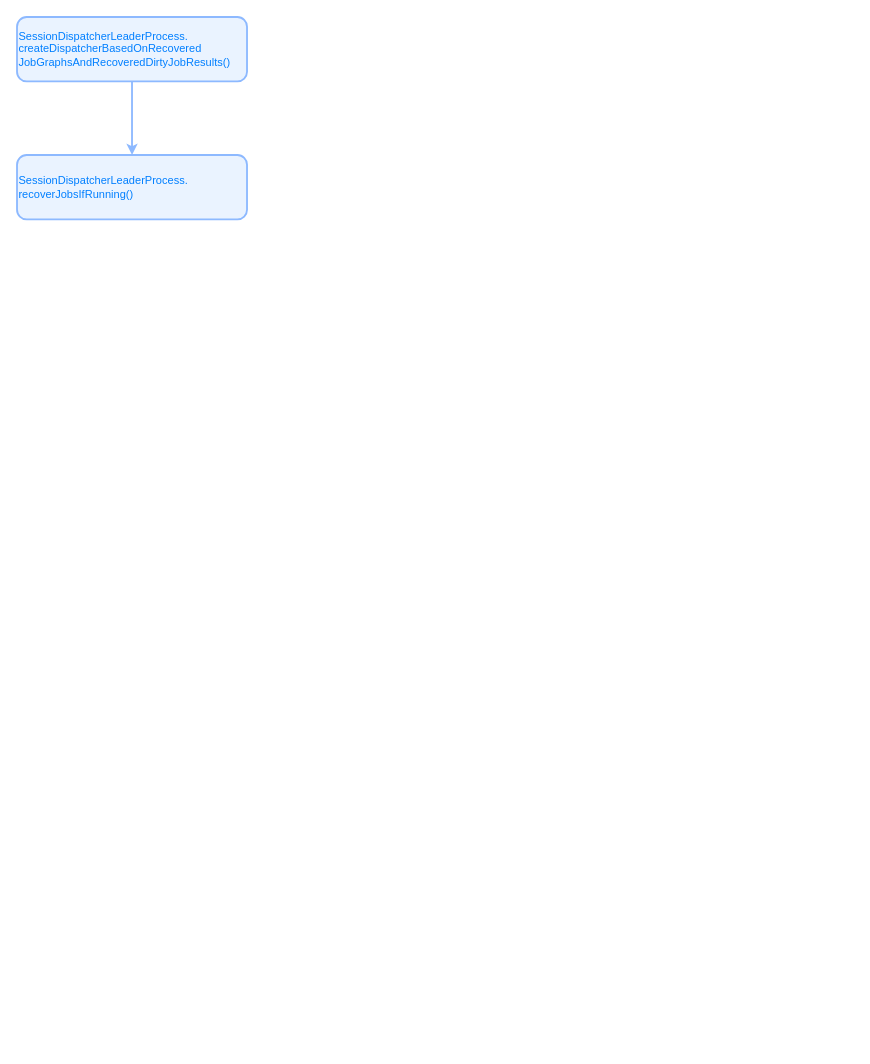
Before: 未命名绘图.drawio in 2pc/mydrawio, a draw.io diagram. Source tidied: cells renumbered, new cells numbered last; positions are measured from the earlier drawing's top-left corner, leaving out a move shared by most shapes. Both pictures are drawn from the tidied source at 92%, with x=0, y=0 at pixel (17, 17).
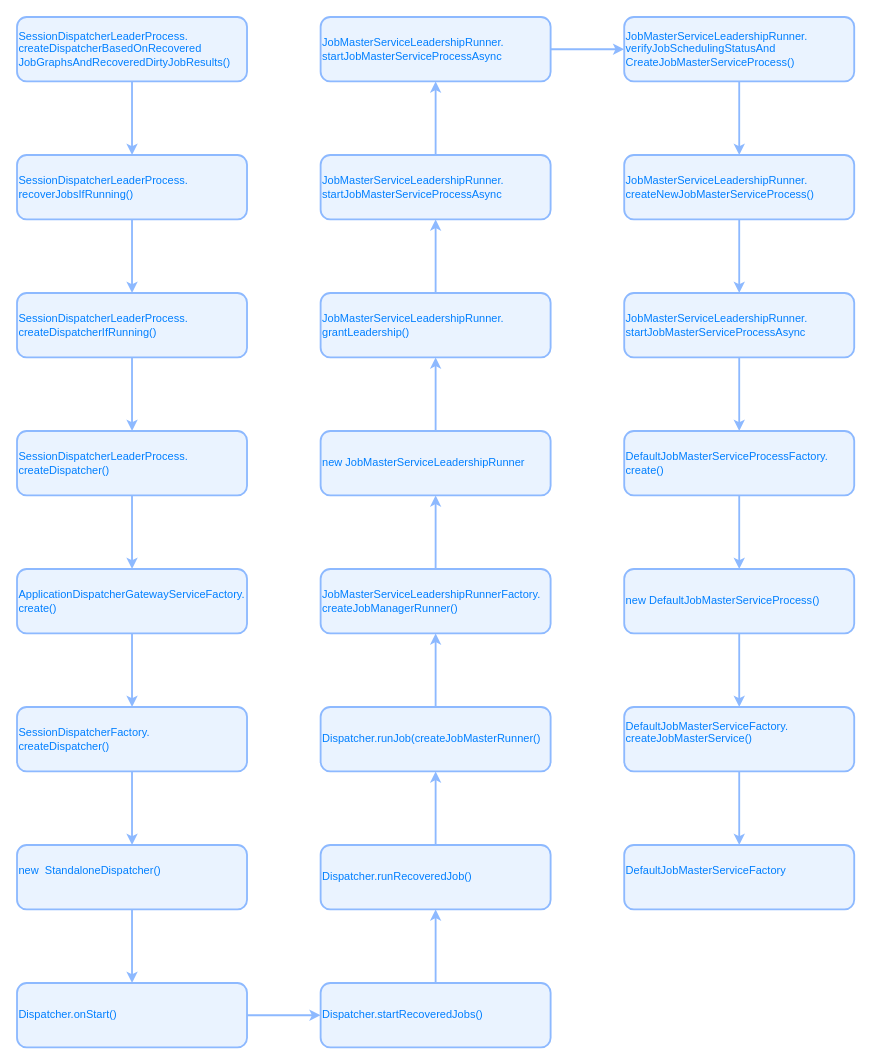
The same page after the edit.

Commit message:
更新未命名绘图.drawio

Unchanged cells that the change refers to:
```xml
<mxCell id="4" value="&lt;font color=&quot;#007fff&quot;&gt;SessionDispatcherLeaderProcess.&lt;br&gt;recoverJobsIfRunning()&lt;br&gt;&lt;/font&gt;" style="rounded=1;whiteSpace=wrap;html=1;align=left;fillColor=#EAF3FF;strokeColor=#8DB9FF;strokeWidth=2;" parent="1" vertex="1">
  <mxGeometry y="150" width="250" height="70" as="geometry" />
</mxCell>
```

Diff of the diagram source:
```diff
@@
+    <mxCell id="5" style="edgeStyle=orthogonalEdgeStyle;rounded=0;jettySize=auto;html=1;fontColor=#FFFFFF;strokeColor=#8DB9FF;strokeWidth=2;" parent="1" edge="1" source="4" target="7">
+      <mxGeometry relative="1" as="geometry" />
+    </mxCell>
@@
+    <mxCell id="6" style="edgeStyle=orthogonalEdgeStyle;rounded=0;jettySize=auto;html=1;fontColor=#FFFFFF;strokeColor=#8DB9FF;strokeWidth=2;" parent="1" edge="1" source="7" target="9">
+      <mxGeometry relative="1" as="geometry" />
+    </mxCell>
+    <mxCell id="7" value="&lt;font color=&quot;#007fff&quot;&gt;SessionDispatcherLeaderProcess.&lt;br&gt;createDispatcherIfRunning()&lt;br&gt;&lt;/font&gt;" style="rounded=1;whiteSpace=wrap;html=1;align=left;fillColor=#EAF3FF;strokeColor=#8DB9FF;strokeWidth=2;" parent="1" vertex="1">
+      <mxGeometry y="300" width="250" height="70" as="geometry" />
+    </mxCell>
+    <mxCell id="8" style="edgeStyle=orthogonalEdgeStyle;rounded=0;jettySize=auto;html=1;fontColor=#FFFFFF;strokeColor=#8DB9FF;strokeWidth=2;" parent="1" edge="1" source="9" target="11">
+      <mxGeometry relative="1" as="geometry" />
+    </mxCell>
+    <mxCell id="9" value="&lt;font color=&quot;#007fff&quot;&gt;SessionDispatcherLeaderProcess.&lt;br&gt;createDispatcher()&lt;br&gt;&lt;/font&gt;" style="rounded=1;whiteSpace=wrap;html=1;align=left;fillColor=#EAF3FF;strokeColor=#8DB9FF;strokeWidth=2;" parent="1" vertex="1">
+      <mxGeometry y="450" width="250" height="70" as="geometry" />
+    </mxCell>
+    <mxCell id="10" style="edgeStyle=orthogonalEdgeStyle;rounded=0;jettySize=auto;html=1;fontColor=#FFFFFF;strokeColor=#8DB9FF;strokeWidth=2;" parent="1" edge="1" source="11" target="13">
+      <mxGeometry relative="1" as="geometry" />
+    </mxCell>
+    <mxCell id="11" value="&lt;font color=&quot;#007fff&quot;&gt;ApplicationDispatcherGatewayServiceFactory.&lt;br&gt;create()&lt;br&gt;&lt;/font&gt;" style="rounded=1;whiteSpace=wrap;html=1;align=left;fillColor=#EAF3FF;strokeColor=#8DB9FF;strokeWidth=2;" parent="1" vertex="1">
+      <mxGeometry y="600" width="250" height="70" as="geometry" />
+    </mxCell>
+    <mxCell id="12" style="edgeStyle=orthogonalEdgeStyle;rounded=0;jettySize=auto;html=1;fontColor=#FFFFFF;strokeColor=#8DB9FF;strokeWidth=2;" parent="1" edge="1" source="13" target="15">
+      <mxGeometry relative="1" as="geometry" />
+    </mxCell>
+    <mxCell id="13" value="&lt;font color=&quot;#007fff&quot;&gt;SessionDispatcherFactory.&lt;br&gt;createDispatcher()&lt;br&gt;&lt;/font&gt;" style="rounded=1;whiteSpace=wrap;html=1;align=left;fillColor=#EAF3FF;strokeColor=#8DB9FF;strokeWidth=2;" parent="1" vertex="1">
+      <mxGeometry y="750" width="250" height="70" as="geometry" />
+    </mxCell>
+    <mxCell id="14" style="edgeStyle=orthogonalEdgeStyle;rounded=0;jettySize=auto;html=1;fontColor=#FFFFFF;strokeColor=#8DB9FF;strokeWidth=2;" parent="1" edge="1" source="15" target="17">
+      <mxGeometry relative="1" as="geometry" />
+    </mxCell>
+    <mxCell id="15" value="&lt;font color=&quot;#007fff&quot;&gt;new&amp;nbsp; StandaloneDispatcher()&lt;br&gt;&amp;nbsp;&lt;br&gt;&lt;/font&gt;" style="rounded=1;whiteSpace=wrap;html=1;align=left;fillColor=#EAF3FF;strokeColor=#8DB9FF;strokeWidth=2;" parent="1" vertex="1">
+      <mxGeometry y="900" width="250" height="70" as="geometry" />
+    </mxCell>
+    <mxCell id="16" style="edgeStyle=orthogonalEdgeStyle;rounded=0;jettySize=auto;html=1;fontColor=#FFFFFF;strokeColor=#8DB9FF;strokeWidth=2;" parent="1" edge="1" source="17" target="19">
+      <mxGeometry relative="1" as="geometry" />
+    </mxCell>
+    <mxCell id="17" value="&lt;font color=&quot;#007fff&quot;&gt;Dispatcher.onStart()&lt;br&gt;&lt;/font&gt;" style="rounded=1;whiteSpace=wrap;html=1;align=left;fillColor=#EAF3FF;strokeColor=#8DB9FF;strokeWidth=2;" parent="1" vertex="1">
+      <mxGeometry y="1050" width="250" height="70" as="geometry" />
+    </mxCell>
+    <mxCell id="18" style="edgeStyle=orthogonalEdgeStyle;rounded=0;jettySize=auto;html=1;fontColor=#FFFFFF;strokeColor=#8DB9FF;strokeWidth=2;" parent="1" edge="1" source="19" target="21">
+      <mxGeometry relative="1" as="geometry" />
+    </mxCell>
+    <mxCell id="19" value="&lt;font color=&quot;#007fff&quot;&gt;Dispatcher.startRecoveredJobs()&lt;br&gt;&lt;/font&gt;" style="rounded=1;whiteSpace=wrap;html=1;align=left;fillColor=#EAF3FF;strokeColor=#8DB9FF;strokeWidth=2;" parent="1" vertex="1">
+      <mxGeometry x="330" y="1050" width="250" height="70" as="geometry" />
+    </mxCell>
+    <mxCell id="20" style="edgeStyle=orthogonalEdgeStyle;rounded=0;jettySize=auto;html=1;fontColor=#FFFFFF;strokeColor=#8DB9FF;strokeWidth=2;" parent="1" edge="1" source="21" target="23">
+      <mxGeometry relative="1" as="geometry" />
+    </mxCell>
+    <mxCell id="21" value="&lt;font color=&quot;#007fff&quot;&gt;Dispatcher.runRecoveredJob()&lt;br&gt;&lt;/font&gt;" style="rounded=1;whiteSpace=wrap;html=1;align=left;fillColor=#EAF3FF;strokeColor=#8DB9FF;strokeWidth=2;" parent="1" vertex="1">
+      <mxGeometry x="330" y="900" width="250" height="70" as="geometry" />
+    </mxCell>
+    <mxCell id="22" style="edgeStyle=orthogonalEdgeStyle;rounded=0;jettySize=auto;html=1;fontColor=#FFFFFF;strokeColor=#8DB9FF;strokeWidth=2;" parent="1" edge="1" source="23" target="25">
+      <mxGeometry relative="1" as="geometry" />
+    </mxCell>
+    <mxCell id="23" value="&lt;font color=&quot;#007fff&quot;&gt;Dispatcher.runJob(createJobMasterRunner()&lt;br&gt;&lt;/font&gt;" style="rounded=1;whiteSpace=wrap;html=1;align=left;fillColor=#EAF3FF;strokeColor=#8DB9FF;strokeWidth=2;" parent="1" vertex="1">
+      <mxGeometry x="330" y="750" width="250" height="70" as="geometry" />
+    </mxCell>
+    <mxCell id="24" style="edgeStyle=orthogonalEdgeStyle;rounded=0;jettySize=auto;html=1;fontColor=#FFFFFF;strokeColor=#8DB9FF;strokeWidth=2;" parent="1" edge="1" source="25" target="27">
+      <mxGeometry relative="1" as="geometry" />
+    </mxCell>
+    <mxCell id="25" value="&lt;font color=&quot;#007fff&quot;&gt;JobMasterServiceLeadershipRunnerFactory.&lt;br&gt;createJobManagerRunner()&lt;br&gt;&lt;/font&gt;" style="rounded=1;whiteSpace=wrap;html=1;align=left;fillColor=#EAF3FF;strokeColor=#8DB9FF;strokeWidth=2;" parent="1" vertex="1">
+      <mxGeometry x="330" y="600" width="250" height="70" as="geometry" />
+    </mxCell>
+    <mxCell id="26" style="edgeStyle=orthogonalEdgeStyle;rounded=0;jettySize=auto;html=1;fontColor=#FFFFFF;strokeColor=#8DB9FF;strokeWidth=2;" parent="1" edge="1" source="27" target="29">
+      <mxGeometry relative="1" as="geometry" />
+    </mxCell>
+    <mxCell id="27" value="&lt;font color=&quot;#007fff&quot;&gt;new JobMasterServiceLeadershipRunner&lt;br&gt;&lt;/font&gt;" style="rounded=1;whiteSpace=wrap;html=1;align=left;fillColor=#EAF3FF;strokeColor=#8DB9FF;strokeWidth=2;" parent="1" vertex="1">
+      <mxGeometry x="330" y="450" width="250" height="70" as="geometry" />
+    </mxCell>
+    <mxCell id="28" style="edgeStyle=orthogonalEdgeStyle;rounded=0;jettySize=auto;html=1;fontColor=#FFFFFF;strokeColor=#8DB9FF;strokeWidth=2;" parent="1" edge="1" source="29" target="31">
+      <mxGeometry relative="1" as="geometry" />
+    </mxCell>
+    <mxCell id="29" value="&lt;font color=&quot;#007fff&quot;&gt;JobMasterServiceLeadershipRunner.&lt;br&gt;grantLeadership()&lt;br&gt;&lt;/font&gt;" style="rounded=1;whiteSpace=wrap;html=1;align=left;fillColor=#EAF3FF;strokeColor=#8DB9FF;strokeWidth=2;" parent="1" vertex="1">
+      <mxGeometry x="330" y="300" width="250" height="70" as="geometry" />
+    </mxCell>
+    <mxCell id="30" style="edgeStyle=orthogonalEdgeStyle;rounded=0;jettySize=auto;html=1;fontColor=#FFFFFF;strokeColor=#8DB9FF;strokeWidth=2;" parent="1" edge="1" source="31" target="33">
+      <mxGeometry relative="1" as="geometry" />
+    </mxCell>
+    <mxCell id="31" value="&lt;font color=&quot;#007fff&quot;&gt;&lt;br&gt;JobMasterServiceLeadershipRunner.&lt;br&gt;startJobMasterServiceProcessAsync&lt;br&gt;&lt;br&gt;&lt;/font&gt;" style="rounded=1;whiteSpace=wrap;html=1;align=left;fillColor=#EAF3FF;strokeColor=#8DB9FF;strokeWidth=2;" parent="1" vertex="1">
+      <mxGeometry x="330" y="150" width="250" height="70" as="geometry" />
+    </mxCell>
+    <mxCell id="32" style="edgeStyle=orthogonalEdgeStyle;rounded=0;jettySize=auto;html=1;fontColor=#FFFFFF;strokeColor=#8DB9FF;strokeWidth=2;" parent="1" edge="1" source="33" target="35">
+      <mxGeometry relative="1" as="geometry" />
+    </mxCell>
+    <mxCell id="33" value="&lt;font color=&quot;#007fff&quot;&gt;&lt;br&gt;JobMasterServiceLeadershipRunner.&lt;br&gt;startJobMasterServiceProcessAsync&lt;br&gt;&lt;br&gt;&lt;/font&gt;" style="rounded=1;whiteSpace=wrap;html=1;align=left;fillColor=#EAF3FF;strokeColor=#8DB9FF;strokeWidth=2;" parent="1" vertex="1">
+      <mxGeometry x="330" width="250" height="70" as="geometry" />
+    </mxCell>
+    <mxCell id="34" style="edgeStyle=orthogonalEdgeStyle;rounded=0;jettySize=auto;html=1;fontColor=#FFFFFF;strokeColor=#8DB9FF;strokeWidth=2;" parent="1" edge="1" source="35" target="37">
+      <mxGeometry relative="1" as="geometry" />
+    </mxCell>
+    <mxCell id="35" value="&lt;font color=&quot;#007fff&quot;&gt;&lt;br&gt;JobMasterServiceLeadershipRunner.&lt;br&gt;verifyJobSchedulingStatusAnd&lt;br&gt;CreateJobMasterServiceProcess()&lt;br&gt;&lt;br&gt;&lt;/font&gt;" style="rounded=1;whiteSpace=wrap;html=1;align=left;fillColor=#EAF3FF;strokeColor=#8DB9FF;strokeWidth=2;" parent="1" vertex="1">
+      <mxGeometry x="660" width="250" height="70" as="geometry" />
+    </mxCell>
+    <mxCell id="36" style="edgeStyle=orthogonalEdgeStyle;rounded=0;jettySize=auto;html=1;fontColor=#FFFFFF;strokeColor=#8DB9FF;strokeWidth=2;" parent="1" edge="1" source="37" target="39">
+      <mxGeometry relative="1" as="geometry" />
+    </mxCell>
+    <mxCell id="37" value="&lt;font color=&quot;#007fff&quot;&gt;JobMasterServiceLeadershipRunner.&lt;br&gt;createNewJobMasterServiceProcess()&lt;br&gt;&lt;/font&gt;" style="rounded=1;whiteSpace=wrap;html=1;align=left;fillColor=#EAF3FF;strokeColor=#8DB9FF;strokeWidth=2;" parent="1" vertex="1">
+      <mxGeometry x="660" y="150" width="250" height="70" as="geometry" />
+    </mxCell>
+    <mxCell id="38" style="edgeStyle=orthogonalEdgeStyle;rounded=0;jettySize=auto;html=1;fontColor=#FFFFFF;strokeColor=#8DB9FF;strokeWidth=2;" parent="1" edge="1" source="39" target="41">
+      <mxGeometry relative="1" as="geometry" />
+    </mxCell>
+    <mxCell id="39" value="&lt;font color=&quot;#007fff&quot;&gt;&lt;br&gt;JobMasterServiceLeadershipRunner.&lt;br&gt;startJobMasterServiceProcessAsync&lt;br&gt;&lt;br&gt;&lt;/font&gt;" style="rounded=1;whiteSpace=wrap;html=1;align=left;fillColor=#EAF3FF;strokeColor=#8DB9FF;strokeWidth=2;" parent="1" vertex="1">
+      <mxGeometry x="660" y="300" width="250" height="70" as="geometry" />
+    </mxCell>
+    <mxCell id="40" style="edgeStyle=orthogonalEdgeStyle;rounded=0;jettySize=auto;html=1;fontColor=#FFFFFF;strokeColor=#8DB9FF;strokeWidth=2;" parent="1" edge="1" source="41" target="43">
+      <mxGeometry relative="1" as="geometry" />
+    </mxCell>
+    <mxCell id="41" value="&lt;font color=&quot;#007fff&quot;&gt;&lt;br&gt;DefaultJobMasterServiceProcessFactory.&lt;br&gt;create()&lt;br&gt;&lt;br&gt;&lt;/font&gt;" style="rounded=1;whiteSpace=wrap;html=1;align=left;fillColor=#EAF3FF;strokeColor=#8DB9FF;strokeWidth=2;" parent="1" vertex="1">
+      <mxGeometry x="660" y="450" width="250" height="70" as="geometry" />
+    </mxCell>
+    <mxCell id="42" style="edgeStyle=orthogonalEdgeStyle;rounded=0;jettySize=auto;html=1;fontColor=#FFFFFF;strokeColor=#8DB9FF;strokeWidth=2;" parent="1" edge="1" source="43" target="45">
+      <mxGeometry relative="1" as="geometry" />
+    </mxCell>
+    <mxCell id="43" value="&lt;font color=&quot;#007fff&quot;&gt;new DefaultJobMasterServiceProcess()&lt;br&gt;&lt;/font&gt;" style="rounded=1;whiteSpace=wrap;html=1;align=left;fillColor=#EAF3FF;strokeColor=#8DB9FF;strokeWidth=2;" parent="1" vertex="1">
+      <mxGeometry x="660" y="600" width="250" height="70" as="geometry" />
+    </mxCell>
+    <mxCell id="44" style="edgeStyle=orthogonalEdgeStyle;rounded=0;jettySize=auto;html=1;fontColor=#FFFFFF;strokeColor=#8DB9FF;strokeWidth=2;" parent="1" edge="1" source="45" target="46">
+      <mxGeometry relative="1" as="geometry" />
+    </mxCell>
+    <mxCell id="45" value="&lt;font color=&quot;#007fff&quot;&gt;DefaultJobMasterServiceFactory.&lt;br&gt;createJobMasterService()&lt;br&gt;&lt;br&gt;&lt;/font&gt;" style="rounded=1;whiteSpace=wrap;html=1;align=left;fillColor=#EAF3FF;strokeColor=#8DB9FF;strokeWidth=2;" parent="1" vertex="1">
+      <mxGeometry x="660" y="750" width="250" height="70" as="geometry" />
+    </mxCell>
+    <mxCell id="46" value="&lt;font color=&quot;#007fff&quot;&gt;DefaultJobMasterServiceFactory&lt;br&gt;&lt;br&gt;&lt;/font&gt;" style="rounded=1;whiteSpace=wrap;html=1;align=left;fillColor=#EAF3FF;strokeColor=#8DB9FF;strokeWidth=2;" parent="1" vertex="1">
+      <mxGeometry x="660" y="900" width="250" height="70" as="geometry" />
+    </mxCell>
```
